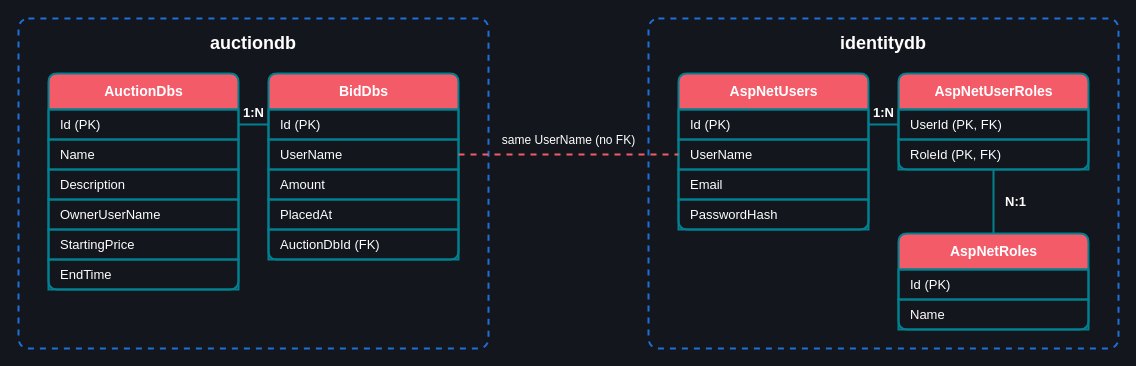
Above: docs/schema.drawio in IbrahimAwad98/Auction-webapp (draw.io), before the change. Source tidied: cells renumbered, new cells numbered last; positions are measured from the earlier drawing's top-left corner, leaving out a move shared by most shapes. Both pictures are drawn from the tidied source at 100%, with x=0, y=0 at pixel (18, 18).
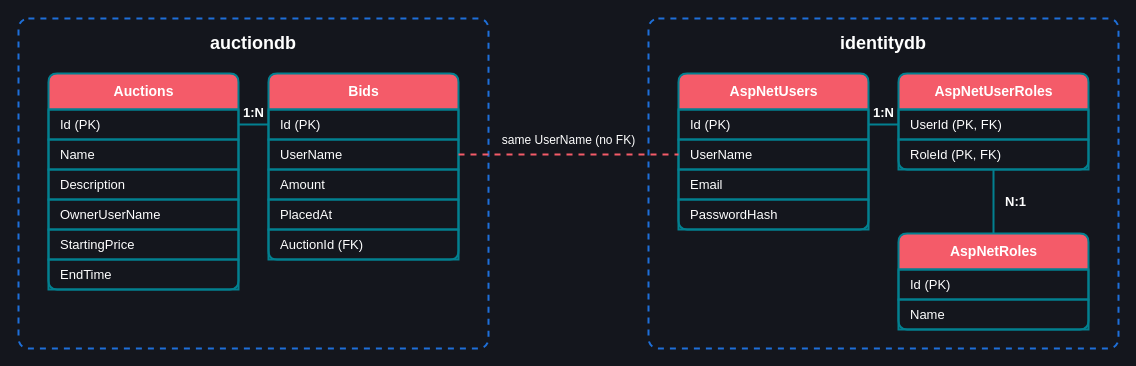
The same diagram, later.

Commit message (it also covers changes not shown here):
Sync README and diagrams with the code

Diff of the diagram source:
```diff
@@
-    <mxCell id="4" value="AuctionDbs" style="swimlane;fontStyle=1;horizontal=1;startSize=36;html=1;rounded=1;arcSize=8;fillColor=#f45b69;strokeColor=#028090;strokeWidth=2;fontColor=#ffffff;fontSize=14;swimlaneFillColor=#14161d;" parent="1" vertex="1">
+    <mxCell id="4" value="Auctions" style="swimlane;fontStyle=1;horizontal=1;startSize=36;html=1;rounded=1;arcSize=8;fillColor=#f45b69;strokeColor=#028090;strokeWidth=2;fontColor=#ffffff;fontSize=14;swimlaneFillColor=#14161d;" parent="1" vertex="1">
       <mxGeometry x="30" y="55" width="190" height="216" as="geometry" />
     </mxCell>
@@
-    <mxCell id="11" value="BidDbs" style="swimlane;fontStyle=1;horizontal=1;startSize=36;html=1;rounded=1;arcSize=8;fillColor=#f45b69;strokeColor=#028090;strokeWidth=2;fontColor=#ffffff;fontSize=14;swimlaneFillColor=#14161d;" parent="1" vertex="1">
+    <mxCell id="11" value="Bids" style="swimlane;fontStyle=1;horizontal=1;startSize=36;html=1;rounded=1;arcSize=8;fillColor=#f45b69;strokeColor=#028090;strokeWidth=2;fontColor=#ffffff;fontSize=14;swimlaneFillColor=#14161d;" parent="1" vertex="1">
       <mxGeometry x="250" y="55" width="190" height="186" as="geometry" />
     </mxCell>
@@
-    <mxCell id="16" value="AuctionDbId (FK)" style="text;strokeColor=#028090;strokeWidth=2;fillColor=none;align=left;verticalAlign=middle;spacingLeft=10;html=1;fontColor=#ffffff;fontSize=13;" parent="11" vertex="1">
+    <mxCell id="16" value="AuctionId (FK)" style="text;strokeColor=#028090;strokeWidth=2;fillColor=none;align=left;verticalAlign=middle;spacingLeft=10;html=1;fontColor=#ffffff;fontSize=13;" parent="11" vertex="1">
       <mxGeometry y="156" width="190" height="30" as="geometry" />
     </mxCell>
```
